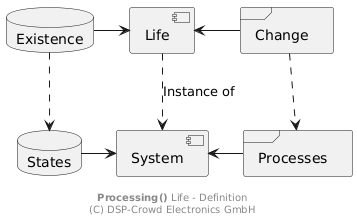
Before: doc/system/definition-life.png, a diagram exported from PlantUML (NoOrientationProgramming/ProcessingTutorials).
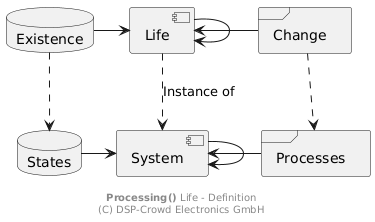
After the commit.

Diff of the diagram source:
```diff
@@ -9,9 +9,11 @@
 database "States" as sState
 frame "Processes" as pProc
 
+pLife --> pLife
 pLife <-l- sExist
 pLife <-r- pChange
 
+pSys --> pSys
 pSys <-l- sState
 pSys <-r- pProc
 
```
